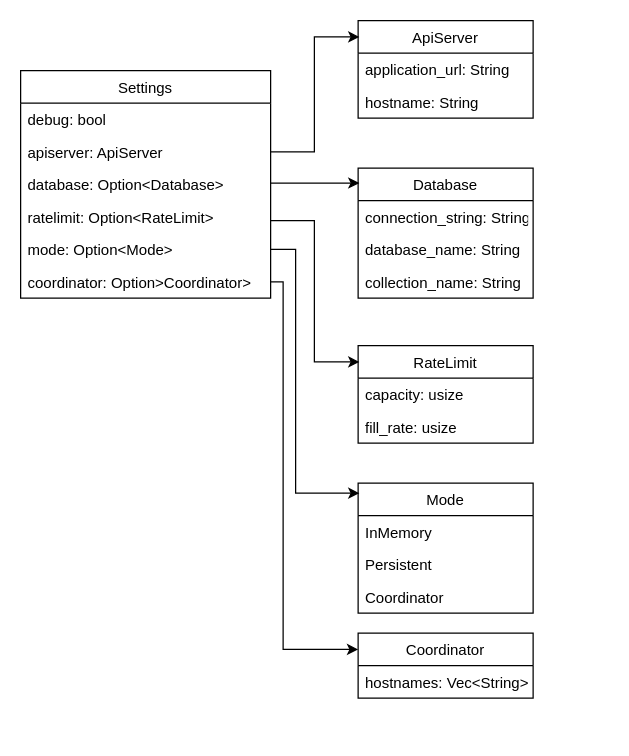
Earlier version of the draw.io diagram page "settings" (2 of 5) of docs/url-shortener.drawio (ivanenkomaksym/rust-short-url). Source tidied: cells renumbered, new cells numbered last; positions are measured from the earlier drawing's top-left corner, leaving out a move shared by most shapes. Both pictures are drawn from the tidied source at 125%, with x=0, y=0 at pixel (20, 20).
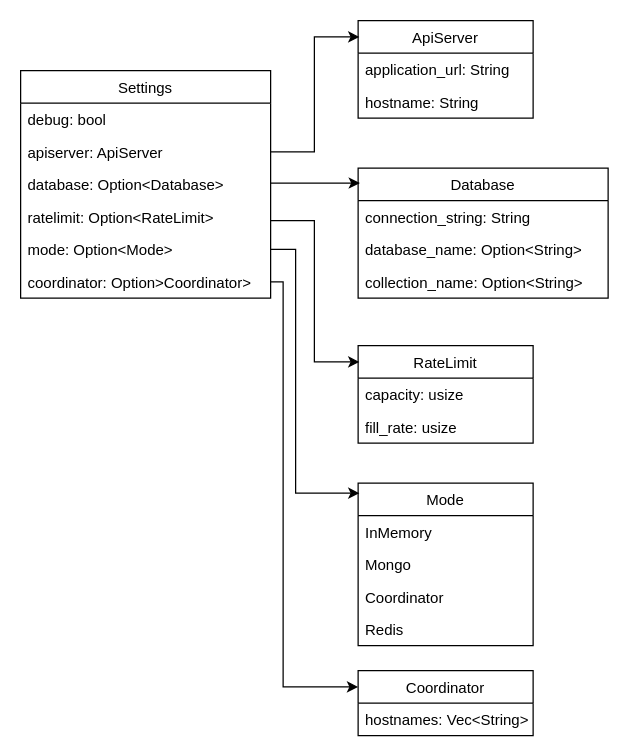
Above is the later version.

The change refers to these unchanged cells:
```xml
<mxCell id="17" value="mode: Option&lt;Mode&gt;" style="text;strokeColor=none;fillColor=none;align=left;verticalAlign=top;spacingLeft=4;spacingRight=4;overflow=hidden;points=[[0,0.5],[1,0.5]];portConstraint=eastwest;" parent="12" vertex="1">
  <mxGeometry y="130" width="200" height="26" as="geometry" />
</mxCell>
<mxCell id="18" value="coordinator: Option&gt;Coordinator&gt;" style="text;strokeColor=none;fillColor=none;align=left;verticalAlign=top;spacingLeft=4;spacingRight=4;overflow=hidden;points=[[0,0.5],[1,0.5]];portConstraint=eastwest;" parent="12" vertex="1">
  <mxGeometry y="156" width="200" height="26" as="geometry" />
</mxCell>
```

What changed in the source:
```diff
@@
     <mxCell id="5" value="Database" style="swimlane;fontStyle=0;horizontal=1;startSize=26;fillColor=none;" parent="1" vertex="1">
-      <mxGeometry x="270" y="118" width="140" height="104" as="geometry" />
+      <mxGeometry x="270" y="118" width="200" height="104" as="geometry" />
     </mxCell>
     <mxCell id="6" value="connection_string: String" style="text;strokeColor=none;fillColor=none;align=left;verticalAlign=top;spacingLeft=4;spacingRight=4;overflow=hidden;" parent="5" vertex="1">
-      <mxGeometry y="26" width="140" height="26" as="geometry" />
+      <mxGeometry y="26" width="200" height="26" as="geometry" />
     </mxCell>
-    <mxCell id="7" value="database_name: String" style="text;strokeColor=none;fillColor=none;align=left;verticalAlign=top;spacingLeft=4;spacingRight=4;overflow=hidden;" parent="5" vertex="1">
-      <mxGeometry y="52" width="140" height="26" as="geometry" />
+    <mxCell id="7" value="database_name: Option&lt;String&gt;" style="text;strokeColor=none;fillColor=none;align=left;verticalAlign=top;spacingLeft=4;spacingRight=4;overflow=hidden;" parent="5" vertex="1">
+      <mxGeometry y="52" width="200" height="26" as="geometry" />
     </mxCell>
-    <mxCell id="8" value="collection_name: String" style="text;strokeColor=none;fillColor=none;align=left;verticalAlign=top;spacingLeft=4;spacingRight=4;overflow=hidden;" parent="5" vertex="1">
-      <mxGeometry y="78" width="140" height="26" as="geometry" />
+    <mxCell id="8" value="collection_name: Option&lt;String&gt;" style="text;strokeColor=none;fillColor=none;align=left;verticalAlign=top;spacingLeft=4;spacingRight=4;overflow=hidden;" parent="5" vertex="1">
+      <mxGeometry y="78" width="200" height="26" as="geometry" />
     </mxCell>
@@
     <mxCell id="22" value="Mode" style="swimlane;fontStyle=0;horizontal=1;startSize=26;fillColor=none;" parent="1" vertex="1">
-      <mxGeometry x="270" y="370" width="140" height="104" as="geometry" />
+      <mxGeometry x="270" y="370" width="140" height="130" as="geometry" />
     </mxCell>
@@
-    <mxCell id="24" value="Persistent" style="text;strokeColor=none;fillColor=none;align=left;verticalAlign=top;spacingLeft=4;spacingRight=4;overflow=hidden;" parent="22" vertex="1">
+    <mxCell id="24" value="Mongo" style="text;strokeColor=none;fillColor=none;align=left;verticalAlign=top;spacingLeft=4;spacingRight=4;overflow=hidden;" parent="22" vertex="1">
       <mxGeometry y="52" width="140" height="26" as="geometry" />
     </mxCell>
@@
+    <mxCell id="30" value="Redis" style="text;strokeColor=none;fillColor=none;align=left;verticalAlign=top;spacingLeft=4;spacingRight=4;overflow=hidden;" parent="22" vertex="1">
+      <mxGeometry y="104" width="140" height="26" as="geometry" />
+    </mxCell>
     <mxCell id="26" value="Coordinator" style="swimlane;fontStyle=0;horizontal=1;startSize=26;fillColor=none;" parent="1" vertex="1">
-      <mxGeometry x="270" y="490" width="140" height="52" as="geometry" />
+      <mxGeometry x="270" y="520" width="140" height="52" as="geometry" />
     </mxCell>
@@
-    <mxCell id="28" style="edgeStyle=orthogonalEdgeStyle;rounded=0;jettySize=auto;html=1;entryX=0.007;entryY=0.077;entryDx=0;entryDy=0;entryPerimeter=0;" parent="1" edge="1" source="17" target="22">
+    <mxCell id="28" style="edgeStyle=orthogonalEdgeStyle;rounded=0;jettySize=auto;html=1;" parent="1" edge="1" source="17">
       <mxGeometry relative="1" as="geometry">
+        <mxPoint x="271" y="378" as="targetPoint" />
         <Array as="points">
           <mxPoint x="220" y="183" />
           <mxPoint x="220" y="378" />
+          <mxPoint x="271" y="378" />
         </Array>
       </mxGeometry>
     </mxCell>
     <mxCell id="29" style="edgeStyle=orthogonalEdgeStyle;rounded=0;jettySize=auto;html=1;entryX=0;entryY=0.25;entryDx=0;entryDy=0;" parent="1" edge="1" source="18" target="26">
       <mxGeometry relative="1" as="geometry">
         <Array as="points">
           <mxPoint x="210" y="209" />
-          <mxPoint x="210" y="503" />
+          <mxPoint x="210" y="533" />
         </Array>
       </mxGeometry>
     </mxCell>
```
